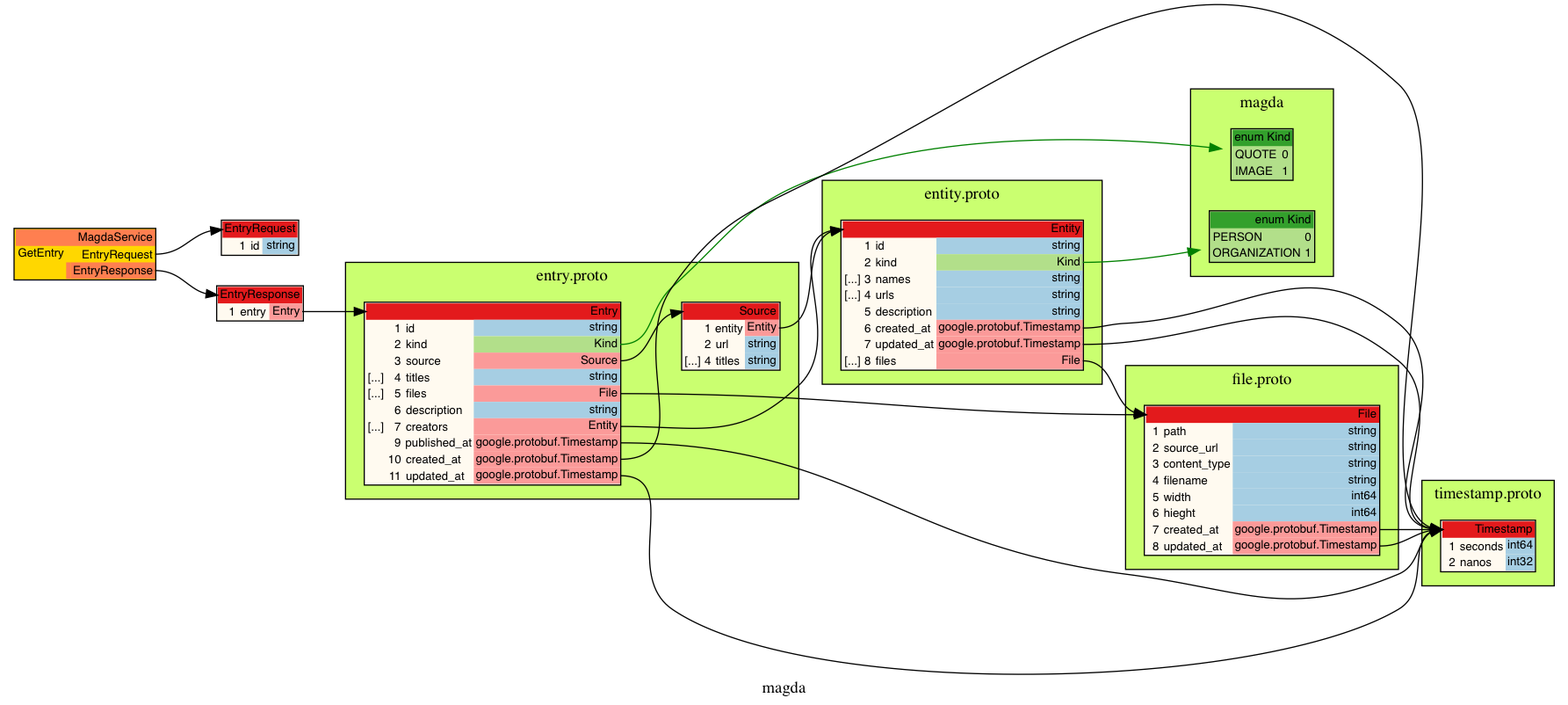
The Graphviz diagram output/magda.dot.png in voidfiles/magda, before a commit. Its source is kept beside it as output/magda.dot.
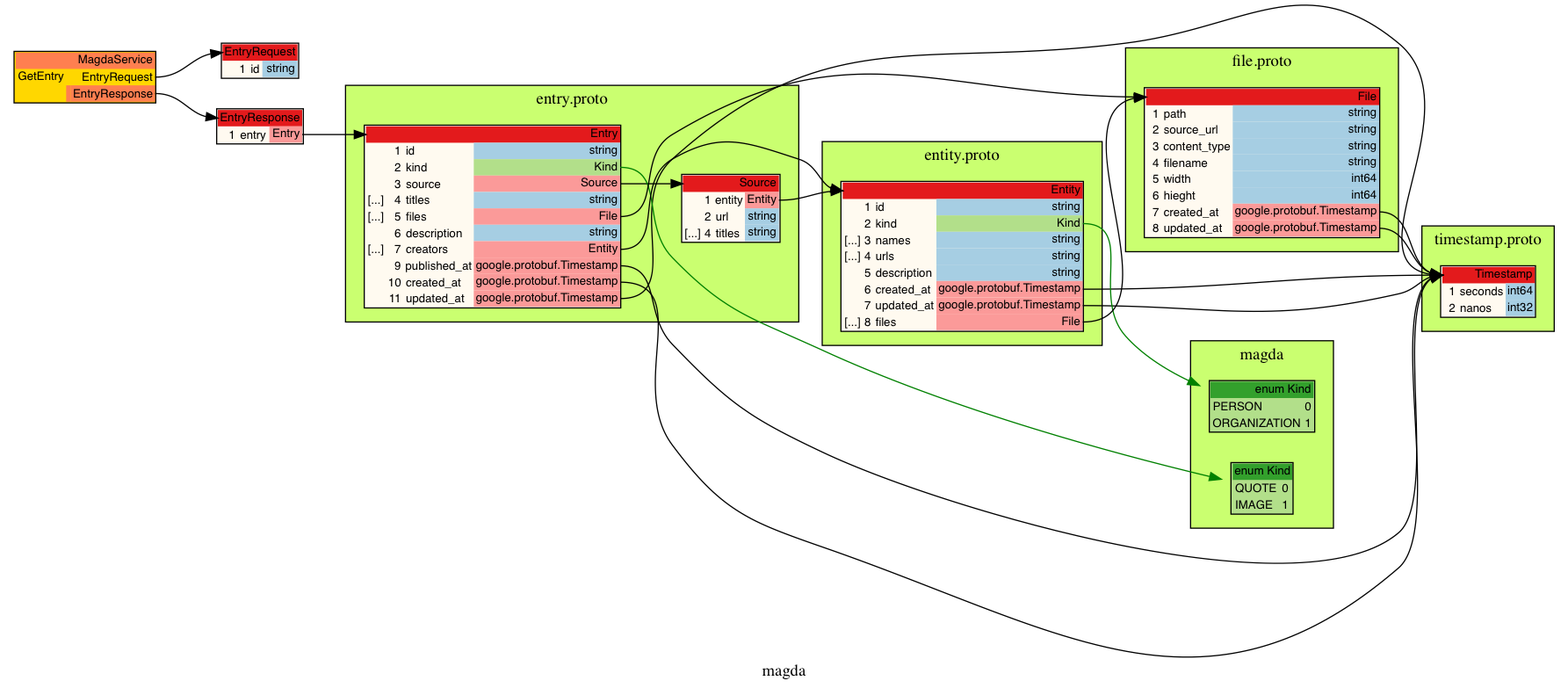
The same diagram one commit later.

What changed in the source:
```diff
@@ -21,22 +21,16 @@
 
 
 	/* ------ nodes ------ */
-	subgraph cluster_9d1e3c2635ff {
-		label = "magda"
-		tooltip = "magda"
+	subgraph cluster_b5eb5ae3708a {
+		label = "entry.proto"
+		tooltip = "entry.proto"
 		style = filled;
 		fillcolor = "#caff70";
 
-		Node_Ja_106	[shape=plaintext tooltip="Kind" label=<<TABLE BORDER="1" CELLBORDER="0" CELLSPACING="0" BGCOLOR="#b2df8a"><TR><TD COLSPAN="2" PORT="header" BGCOLOR="#33a02c" ALIGN="right">enum <b>Kind</b></TD></TR><TR><TD BGCOLOR="#b2df8a" ALIGN="left">QUOTE</TD><TD BGCOLOR="#b2df8a" ALIGN="left">0</TD></TR><TR><TD BGCOLOR="#b2df8a" ALIGN="left">IMAGE</TD><TD BGCOLOR="#b2df8a" ALIGN="left">1</TD></TR></TABLE>>];
-		Node_Ja_103	[shape=plaintext tooltip="Kind" label=<<TABLE BORDER="1" CELLBORDER="0" CELLSPACING="0" BGCOLOR="#b2df8a"><TR><TD COLSPAN="2" PORT="header" BGCOLOR="#33a02c" ALIGN="right">enum <b>Kind</b></TD></TR><TR><TD BGCOLOR="#b2df8a" ALIGN="left">PERSON</TD><TD BGCOLOR="#b2df8a" ALIGN="left">0</TD></TR><TR><TD BGCOLOR="#b2df8a" ALIGN="left">ORGANIZATION</TD><TD BGCOLOR="#b2df8a" ALIGN="left">1</TD></TR></TABLE>>];
+		Node_Ja_104	[shape=plaintext tooltip="magda.Source" label=<<TABLE BORDER="1" CELLBORDER="0" CELLSPACING="0" BGCOLOR="#fffaf0"><TR><TD COLSPAN="4" PORT="header" BGCOLOR="#e31a1c" ALIGN="right"><b>Source</b></TD></TR><TR><TD ALIGN="right"></TD><TD ALIGN="right">1</TD><TD ALIGN="left">entity</TD><TD BGCOLOR="#fb9a99" PORT="poentity" ALIGN="right"><b>Entity</b></TD></TR><TR><TD ALIGN="right"></TD><TD ALIGN="right">2</TD><TD ALIGN="left">url</TD><TD BGCOLOR="#a6cee3" PORT="pourl" ALIGN="right" TITLE="string"><i>string</i></TD></TR><TR><TD ALIGN="right">[...]</TD><TD ALIGN="right">4</TD><TD ALIGN="left">titles</TD><TD BGCOLOR="#a6cee3" PORT="potitles" ALIGN="right" TITLE="string"><i>string</i></TD></TR></TABLE>>];
+		Node_Ja_105	[shape=plaintext tooltip="magda.Entry" label=<<TABLE BORDER="1" CELLBORDER="0" CELLSPACING="0" BGCOLOR="#fffaf0"><TR><TD COLSPAN="4" PORT="header" BGCOLOR="#e31a1c" ALIGN="right"><b>Entry</b></TD></TR><TR><TD ALIGN="right"></TD><TD ALIGN="right">1</TD><TD ALIGN="left">id</TD><TD BGCOLOR="#a6cee3" PORT="poid" ALIGN="right" TITLE="string"><i>string</i></TD></TR><TR><TD ALIGN="right"></TD><TD ALIGN="right">2</TD><TD ALIGN="left">kind</TD><TD BGCOLOR="#b2df8a" PORT="pokind" ALIGN="right"><u>Kind</u></TD></TR><TR><TD ALIGN="right"></TD><TD ALIGN="right">3</TD><TD ALIGN="left">source</TD><TD BGCOLOR="#fb9a99" PORT="posource" ALIGN="right"><b>Source</b></TD></TR><TR><TD ALIGN="right">[...]</TD><TD ALIGN="right">4</TD><TD ALIGN="left">titles</TD><TD BGCOLOR="#a6cee3" PORT="potitles" ALIGN="right" TITLE="string"><i>string</i></TD></TR><TR><TD ALIGN="right">[...]</TD><TD ALIGN="right">5</TD><TD ALIGN="left">files</TD><TD BGCOLOR="#fb9a99" PORT="pofiles" ALIGN="right"><b>File</b></TD></TR><TR><TD ALIGN="right"></TD><TD ALIGN="right">6</TD><TD ALIGN="left">description</TD><TD BGCOLOR="#a6cee3" PORT="podescription" ALIGN="right" TITLE="string"><i>string</i></TD></TR><TR><TD ALIGN="right">[...]</TD><TD ALIGN="right">7</TD><TD ALIGN="left">creators</TD><TD BGCOLOR="#fb9a99" PORT="pocreators" ALIGN="right"><b>Entity</b></TD></TR><TR><TD ALIGN="right"></TD><TD ALIGN="right">9</TD><TD ALIGN="left">published_at</TD><TD BGCOLOR="#fb9a99" PORT="popublished_at" ALIGN="right"><b>google.protobuf.Timestamp</b></TD></TR><TR><TD ALIGN="right"></TD><TD ALIGN="right">10</TD><TD ALIGN="left">created_at</TD><TD BGCOLOR="#fb9a99" PORT="pocreated_at" ALIGN="right"><b>google.protobuf.Timestamp</b></TD></TR><TR><TD ALIGN="right"></TD><TD ALIGN="right">11</TD><TD ALIGN="left">updated_at</TD><TD BGCOLOR="#fb9a99" PORT="poupdated_at" ALIGN="right"><b>google.protobuf.Timestamp</b></TD></TR></TABLE>>];
 	}
 
-
-	/* ------ leaving the root package unwrapped ------ */
-	Node_Ja_109	[shape=plaintext tooltip="magda.EntryRequest" label=<<TABLE BORDER="1" CELLBORDER="0" CELLSPACING="0" BGCOLOR="#fffaf0"><TR><TD COLSPAN="4" PORT="header" BGCOLOR="#e31a1c" ALIGN="right"><b>EntryRequest</b></TD></TR><TR><TD ALIGN="right"></TD><TD ALIGN="right">1</TD><TD ALIGN="left">id</TD><TD BGCOLOR="#a6cee3" PORT="poid" ALIGN="right" TITLE="string"><i>string</i></TD></TR></TABLE>>];
-	Node_Ja_110	[shape=plaintext tooltip="magda.EntryResponse" label=<<TABLE BORDER="1" CELLBORDER="0" CELLSPACING="0" BGCOLOR="#fffaf0"><TR><TD COLSPAN="4" PORT="header" BGCOLOR="#e31a1c" ALIGN="right"><b>EntryResponse</b></TD></TR><TR><TD ALIGN="right"></TD><TD ALIGN="right">1</TD><TD ALIGN="left">entry</TD><TD BGCOLOR="#fb9a99" PORT="poentry" ALIGN="right"><b>Entry</b></TD></TR></TABLE>>];
-
-	Node_Ja_107	[shape=plaintext tooltip="MagdaService" label=<<TABLE BORDER="1" CELLBORDER="0" CELLSPACING="0" BGCOLOR="#ffd700"><TR><TD COLSPAN="3" PORT="header" BGCOLOR="#ff7f50" ALIGN="right"><b>MagdaService</b></TD></TR><TR><TD ALIGN="left"><b>GetEntry</b></TD><TD></TD><TD PORT="poGetEntry_request" ALIGN="right">EntryRequest</TD></TR><TR style="border-bottom: 1px solid red"><TD></TD><TD BGCOLOR="#ff7f50"></TD><TD PORT="poGetEntry_response" ALIGN="right" BGCOLOR="#ff7f50">EntryResponse</TD></TR></TABLE>>];
 	subgraph cluster_5627932c6abb {
 		label = "timestamp.proto"
 		tooltip = "timestamp.proto"
@@ -44,6 +38,31 @@
 		fillcolor = "#caff70";
 
 		Node_Ja_100	[shape=plaintext tooltip="google.protobuf.Timestamp" label=<<TABLE BORDER="1" CELLBORDER="0" CELLSPACING="0" BGCOLOR="#fffaf0"><TR><TD COLSPAN="4" PORT="header" BGCOLOR="#e31a1c" ALIGN="right"><b>Timestamp</b></TD></TR><TR><TD ALIGN="right"></TD><TD ALIGN="right">1</TD><TD ALIGN="left">seconds</TD><TD BGCOLOR="#a6cee3" PORT="poseconds" ALIGN="right" TITLE="int64"><i>int64</i></TD></TR><TR><TD ALIGN="right"></TD><TD ALIGN="right">2</TD><TD ALIGN="left">nanos</TD><TD BGCOLOR="#a6cee3" PORT="ponanos" ALIGN="right" TITLE="int32"><i>int32</i></TD></TR></TABLE>>];
+	}
+
+	subgraph cluster_9d1e3c2635ff {
+		label = "magda"
+		tooltip = "magda"
+		style = filled;
+		fillcolor = "#caff70";
+
+		Node_Ja_103	[shape=plaintext tooltip="Kind" label=<<TABLE BORDER="1" CELLBORDER="0" CELLSPACING="0" BGCOLOR="#b2df8a"><TR><TD COLSPAN="2" PORT="header" BGCOLOR="#33a02c" ALIGN="right">enum <b>Kind</b></TD></TR><TR><TD BGCOLOR="#b2df8a" ALIGN="left">PERSON</TD><TD BGCOLOR="#b2df8a" ALIGN="left">0</TD></TR><TR><TD BGCOLOR="#b2df8a" ALIGN="left">ORGANIZATION</TD><TD BGCOLOR="#b2df8a" ALIGN="left">1</TD></TR></TABLE>>];
+		Node_Ja_106	[shape=plaintext tooltip="Kind" label=<<TABLE BORDER="1" CELLBORDER="0" CELLSPACING="0" BGCOLOR="#b2df8a"><TR><TD COLSPAN="2" PORT="header" BGCOLOR="#33a02c" ALIGN="right">enum <b>Kind</b></TD></TR><TR><TD BGCOLOR="#b2df8a" ALIGN="left">QUOTE</TD><TD BGCOLOR="#b2df8a" ALIGN="left">0</TD></TR><TR><TD BGCOLOR="#b2df8a" ALIGN="left">IMAGE</TD><TD BGCOLOR="#b2df8a" ALIGN="left">1</TD></TR></TABLE>>];
+	}
+
+
+	/* ------ leaving the root package unwrapped ------ */
+	Node_Ja_110	[shape=plaintext tooltip="magda.EntryResponse" label=<<TABLE BORDER="1" CELLBORDER="0" CELLSPACING="0" BGCOLOR="#fffaf0"><TR><TD COLSPAN="4" PORT="header" BGCOLOR="#e31a1c" ALIGN="right"><b>EntryResponse</b></TD></TR><TR><TD ALIGN="right"></TD><TD ALIGN="right">1</TD><TD ALIGN="left">entry</TD><TD BGCOLOR="#fb9a99" PORT="poentry" ALIGN="right"><b>Entry</b></TD></TR></TABLE>>];
+
+	Node_Ja_109	[shape=plaintext tooltip="magda.EntryRequest" label=<<TABLE BORDER="1" CELLBORDER="0" CELLSPACING="0" BGCOLOR="#fffaf0"><TR><TD COLSPAN="4" PORT="header" BGCOLOR="#e31a1c" ALIGN="right"><b>EntryRequest</b></TD></TR><TR><TD ALIGN="right"></TD><TD ALIGN="right">1</TD><TD ALIGN="left">id</TD><TD BGCOLOR="#a6cee3" PORT="poid" ALIGN="right" TITLE="string"><i>string</i></TD></TR></TABLE>>];
+	Node_Ja_107	[shape=plaintext tooltip="MagdaService" label=<<TABLE BORDER="1" CELLBORDER="0" CELLSPACING="0" BGCOLOR="#ffd700"><TR><TD COLSPAN="3" PORT="header" BGCOLOR="#ff7f50" ALIGN="right"><b>MagdaService</b></TD></TR><TR><TD ALIGN="left"><b>GetEntry</b></TD><TD></TD><TD PORT="poGetEntry_request" ALIGN="right">EntryRequest</TD></TR><TR style="border-bottom: 1px solid red"><TD></TD><TD BGCOLOR="#ff7f50"></TD><TD PORT="poGetEntry_response" ALIGN="right" BGCOLOR="#ff7f50">EntryResponse</TD></TR></TABLE>>];
+	subgraph cluster_8b180d234311 {
+		label = "file.proto"
+		tooltip = "file.proto"
+		style = filled;
+		fillcolor = "#caff70";
+
+		Node_Ja_101	[shape=plaintext tooltip="magda.File" label=<<TABLE BORDER="1" CELLBORDER="0" CELLSPACING="0" BGCOLOR="#fffaf0"><TR><TD COLSPAN="4" PORT="header" BGCOLOR="#e31a1c" ALIGN="right"><b>File</b></TD></TR><TR><TD ALIGN="right"></TD><TD ALIGN="right">1</TD><TD ALIGN="left">path</TD><TD BGCOLOR="#a6cee3" PORT="popath" ALIGN="right" TITLE="string"><i>string</i></TD></TR><TR><TD ALIGN="right"></TD><TD ALIGN="right">2</TD><TD ALIGN="left">source_url</TD><TD BGCOLOR="#a6cee3" PORT="posource_url" ALIGN="right" TITLE="string"><i>string</i></TD></TR><TR><TD ALIGN="right"></TD><TD ALIGN="right">3</TD><TD ALIGN="left">content_type</TD><TD BGCOLOR="#a6cee3" PORT="pocontent_type" ALIGN="right" TITLE="string"><i>string</i></TD></TR><TR><TD ALIGN="right"></TD><TD ALIGN="right">4</TD><TD ALIGN="left">filename</TD><TD BGCOLOR="#a6cee3" PORT="pofilename" ALIGN="right" TITLE="string"><i>string</i></TD></TR><TR><TD ALIGN="right"></TD><TD ALIGN="right">5</TD><TD ALIGN="left">width</TD><TD BGCOLOR="#a6cee3" PORT="powidth" ALIGN="right" TITLE="int64"><i>int64</i></TD></TR><TR><TD ALIGN="right"></TD><TD ALIGN="right">6</TD><TD ALIGN="left">hieght</TD><TD BGCOLOR="#a6cee3" PORT="pohieght" ALIGN="right" TITLE="int64"><i>int64</i></TD></TR><TR><TD ALIGN="right"></TD><TD ALIGN="right">7</TD><TD ALIGN="left">created_at</TD><TD BGCOLOR="#fb9a99" PORT="pocreated_at" ALIGN="right"><b>google.protobuf.Timestamp</b></TD></TR><TR><TD ALIGN="right"></TD><TD ALIGN="right">8</TD><TD ALIGN="left">updated_at</TD><TD BGCOLOR="#fb9a99" PORT="poupdated_at" ALIGN="right"><b>google.protobuf.Timestamp</b></TD></TR></TABLE>>];
 	}
 
 	subgraph cluster_f56b993e78fb {
@@ -55,44 +74,25 @@
 		Node_Ja_102	[shape=plaintext tooltip="magda.Entity" label=<<TABLE BORDER="1" CELLBORDER="0" CELLSPACING="0" BGCOLOR="#fffaf0"><TR><TD COLSPAN="4" PORT="header" BGCOLOR="#e31a1c" ALIGN="right"><b>Entity</b></TD></TR><TR><TD ALIGN="right"></TD><TD ALIGN="right">1</TD><TD ALIGN="left">id</TD><TD BGCOLOR="#a6cee3" PORT="poid" ALIGN="right" TITLE="string"><i>string</i></TD></TR><TR><TD ALIGN="right"></TD><TD ALIGN="right">2</TD><TD ALIGN="left">kind</TD><TD BGCOLOR="#b2df8a" PORT="pokind" ALIGN="right"><u>Kind</u></TD></TR><TR><TD ALIGN="right">[...]</TD><TD ALIGN="right">3</TD><TD ALIGN="left">names</TD><TD BGCOLOR="#a6cee3" PORT="ponames" ALIGN="right" TITLE="string"><i>string</i></TD></TR><TR><TD ALIGN="right">[...]</TD><TD ALIGN="right">4</TD><TD ALIGN="left">urls</TD><TD BGCOLOR="#a6cee3" PORT="pourls" ALIGN="right" TITLE="string"><i>string</i></TD></TR><TR><TD ALIGN="right"></TD><TD ALIGN="right">5</TD><TD ALIGN="left">description</TD><TD BGCOLOR="#a6cee3" PORT="podescription" ALIGN="right" TITLE="string"><i>string</i></TD></TR><TR><TD ALIGN="right"></TD><TD ALIGN="right">6</TD><TD ALIGN="left">created_at</TD><TD BGCOLOR="#fb9a99" PORT="pocreated_at" ALIGN="right"><b>google.protobuf.Timestamp</b></TD></TR><TR><TD ALIGN="right"></TD><TD ALIGN="right">7</TD><TD ALIGN="left">updated_at</TD><TD BGCOLOR="#fb9a99" PORT="poupdated_at" ALIGN="right"><b>google.protobuf.Timestamp</b></TD></TR><TR><TD ALIGN="right">[...]</TD><TD ALIGN="right">8</TD><TD ALIGN="left">files</TD><TD BGCOLOR="#fb9a99" PORT="pofiles" ALIGN="right"><b>File</b></TD></TR></TABLE>>];
 	}
 
-	subgraph cluster_8b180d234311 {
-		label = "file.proto"
-		tooltip = "file.proto"
-		style = filled;
-		fillcolor = "#caff70";
-
-		Node_Ja_101	[shape=plaintext tooltip="magda.File" label=<<TABLE BORDER="1" CELLBORDER="0" CELLSPACING="0" BGCOLOR="#fffaf0"><TR><TD COLSPAN="4" PORT="header" BGCOLOR="#e31a1c" ALIGN="right"><b>File</b></TD></TR><TR><TD ALIGN="right"></TD><TD ALIGN="right">1</TD><TD ALIGN="left">path</TD><TD BGCOLOR="#a6cee3" PORT="popath" ALIGN="right" TITLE="string"><i>string</i></TD></TR><TR><TD ALIGN="right"></TD><TD ALIGN="right">2</TD><TD ALIGN="left">source_url</TD><TD BGCOLOR="#a6cee3" PORT="posource_url" ALIGN="right" TITLE="string"><i>string</i></TD></TR><TR><TD ALIGN="right"></TD><TD ALIGN="right">3</TD><TD ALIGN="left">content_type</TD><TD BGCOLOR="#a6cee3" PORT="pocontent_type" ALIGN="right" TITLE="string"><i>string</i></TD></TR><TR><TD ALIGN="right"></TD><TD ALIGN="right">4</TD><TD ALIGN="left">filename</TD><TD BGCOLOR="#a6cee3" PORT="pofilename" ALIGN="right" TITLE="string"><i>string</i></TD></TR><TR><TD ALIGN="right"></TD><TD ALIGN="right">5</TD><TD ALIGN="left">width</TD><TD BGCOLOR="#a6cee3" PORT="powidth" ALIGN="right" TITLE="int64"><i>int64</i></TD></TR><TR><TD ALIGN="right"></TD><TD ALIGN="right">6</TD><TD ALIGN="left">hieght</TD><TD BGCOLOR="#a6cee3" PORT="pohieght" ALIGN="right" TITLE="int64"><i>int64</i></TD></TR><TR><TD ALIGN="right"></TD><TD ALIGN="right">7</TD><TD ALIGN="left">created_at</TD><TD BGCOLOR="#fb9a99" PORT="pocreated_at" ALIGN="right"><b>google.protobuf.Timestamp</b></TD></TR><TR><TD ALIGN="right"></TD><TD ALIGN="right">8</TD><TD ALIGN="left">updated_at</TD><TD BGCOLOR="#fb9a99" PORT="poupdated_at" ALIGN="right"><b>google.protobuf.Timestamp</b></TD></TR></TABLE>>];
-	}
-
-	subgraph cluster_b5eb5ae3708a {
-		label = "entry.proto"
-		tooltip = "entry.proto"
-		style = filled;
-		fillcolor = "#caff70";
-
-		Node_Ja_105	[shape=plaintext tooltip="magda.Entry" label=<<TABLE BORDER="1" CELLBORDER="0" CELLSPACING="0" BGCOLOR="#fffaf0"><TR><TD COLSPAN="4" PORT="header" BGCOLOR="#e31a1c" ALIGN="right"><b>Entry</b></TD></TR><TR><TD ALIGN="right"></TD><TD ALIGN="right">1</TD><TD ALIGN="left">id</TD><TD BGCOLOR="#a6cee3" PORT="poid" ALIGN="right" TITLE="string"><i>string</i></TD></TR><TR><TD ALIGN="right"></TD><TD ALIGN="right">2</TD><TD ALIGN="left">kind</TD><TD BGCOLOR="#b2df8a" PORT="pokind" ALIGN="right"><u>Kind</u></TD></TR><TR><TD ALIGN="right"></TD><TD ALIGN="right">3</TD><TD ALIGN="left">source</TD><TD BGCOLOR="#fb9a99" PORT="posource" ALIGN="right"><b>Source</b></TD></TR><TR><TD ALIGN="right">[...]</TD><TD ALIGN="right">4</TD><TD ALIGN="left">titles</TD><TD BGCOLOR="#a6cee3" PORT="potitles" ALIGN="right" TITLE="string"><i>string</i></TD></TR><TR><TD ALIGN="right">[...]</TD><TD ALIGN="right">5</TD><TD ALIGN="left">files</TD><TD BGCOLOR="#fb9a99" PORT="pofiles" ALIGN="right"><b>File</b></TD></TR><TR><TD ALIGN="right"></TD><TD ALIGN="right">6</TD><TD ALIGN="left">description</TD><TD BGCOLOR="#a6cee3" PORT="podescription" ALIGN="right" TITLE="string"><i>string</i></TD></TR><TR><TD ALIGN="right">[...]</TD><TD ALIGN="right">7</TD><TD ALIGN="left">creators</TD><TD BGCOLOR="#fb9a99" PORT="pocreators" ALIGN="right"><b>Entity</b></TD></TR><TR><TD ALIGN="right"></TD><TD ALIGN="right">9</TD><TD ALIGN="left">published_at</TD><TD BGCOLOR="#fb9a99" PORT="popublished_at" ALIGN="right"><b>google.protobuf.Timestamp</b></TD></TR><TR><TD ALIGN="right"></TD><TD ALIGN="right">10</TD><TD ALIGN="left">created_at</TD><TD BGCOLOR="#fb9a99" PORT="pocreated_at" ALIGN="right"><b>google.protobuf.Timestamp</b></TD></TR><TR><TD ALIGN="right"></TD><TD ALIGN="right">11</TD><TD ALIGN="left">updated_at</TD><TD BGCOLOR="#fb9a99" PORT="poupdated_at" ALIGN="right"><b>google.protobuf.Timestamp</b></TD></TR></TABLE>>];
-		Node_Ja_104	[shape=plaintext tooltip="magda.Source" label=<<TABLE BORDER="1" CELLBORDER="0" CELLSPACING="0" BGCOLOR="#fffaf0"><TR><TD COLSPAN="4" PORT="header" BGCOLOR="#e31a1c" ALIGN="right"><b>Source</b></TD></TR><TR><TD ALIGN="right"></TD><TD ALIGN="right">1</TD><TD ALIGN="left">entity</TD><TD BGCOLOR="#fb9a99" PORT="poentity" ALIGN="right"><b>Entity</b></TD></TR><TR><TD ALIGN="right"></TD><TD ALIGN="right">2</TD><TD ALIGN="left">url</TD><TD BGCOLOR="#a6cee3" PORT="pourl" ALIGN="right" TITLE="string"><i>string</i></TD></TR><TR><TD ALIGN="right">[...]</TD><TD ALIGN="right">4</TD><TD ALIGN="left">titles</TD><TD BGCOLOR="#a6cee3" PORT="potitles" ALIGN="right" TITLE="string"><i>string</i></TD></TR></TABLE>>];
-	}
-
 
 	/* ------ connections ------ */
+	Node_Ja_105:posource:e	-> Node_Ja_104:header [color="#000000" tooltip="Ja_105 --> Ja_104"];
+	Node_Ja_105:popublished_at:e	-> Node_Ja_100:header [color="#000000" tooltip="Ja_105 --> Ja_100"];
+	Node_Ja_102:pokind:e	-> Node_Ja_103 [color="#008000" tooltip="Ja_102 --> Ja_103"];
+	Node_Ja_102:pofiles:e	-> Node_Ja_101:header [color="#000000" tooltip="Ja_102 --> Ja_101"];
+	Node_Ja_105:pocreators:e	-> Node_Ja_102:header [color="#000000" tooltip="Ja_105 --> Ja_102"];
 	Node_Ja_107:poGetEntry_response:e	-> Node_Ja_110:header [color="#000000" tooltip="Ja_107 --> Ja_110"];
+	Node_Ja_105:pocreated_at:e	-> Node_Ja_100:header [color="#000000" tooltip="Ja_105 --> Ja_100"];
+	Node_Ja_105:poupdated_at:e	-> Node_Ja_100:header [color="#000000" tooltip="Ja_105 --> Ja_100"];
+	Node_Ja_107:poGetEntry_request:e	-> Node_Ja_109:header [color="#000000" tooltip="Ja_107 --> Ja_109"];
 	Node_Ja_110:poentry:e	-> Node_Ja_105:header [color="#000000" tooltip="Ja_110 --> Ja_105"];
+	Node_Ja_101:poupdated_at:e	-> Node_Ja_100:header [color="#000000" tooltip="Ja_101 --> Ja_100"];
+	Node_Ja_102:pocreated_at:e	-> Node_Ja_100:header [color="#000000" tooltip="Ja_102 --> Ja_100"];
+	Node_Ja_104:poentity:e	-> Node_Ja_102:header [color="#000000" tooltip="Ja_104 --> Ja_102"];
+	Node_Ja_105:pokind:e	-> Node_Ja_106 [color="#008000" tooltip="Ja_105 --> Ja_106"];
+	Node_Ja_105:pofiles:e	-> Node_Ja_101:header [color="#000000" tooltip="Ja_105 --> Ja_101"];
+	Node_Ja_101:pocreated_at:e	-> Node_Ja_100:header [color="#000000" tooltip="Ja_101 --> Ja_100"];
 	Node_Ja_102:poupdated_at:e	-> Node_Ja_100:header [color="#000000" tooltip="Ja_102 --> Ja_100"];
-	Node_Ja_104:poentity:e	-> Node_Ja_102:header [color="#000000" tooltip="Ja_104 --> Ja_102"];
-	Node_Ja_105:poupdated_at:e	-> Node_Ja_100:header [color="#000000" tooltip="Ja_105 --> Ja_100"];
-	Node_Ja_105:pokind:e	-> Node_Ja_106 [color="#008000" tooltip="Ja_105 --> Ja_106"];
-	Node_Ja_105:posource:e	-> Node_Ja_104:header [color="#000000" tooltip="Ja_105 --> Ja_104"];
-	Node_Ja_105:pofiles:e	-> Node_Ja_101:header [color="#000000" tooltip="Ja_105 --> Ja_101"];
-	Node_Ja_105:pocreators:e	-> Node_Ja_102:header [color="#000000" tooltip="Ja_105 --> Ja_102"];
-	Node_Ja_105:popublished_at:e	-> Node_Ja_100:header [color="#000000" tooltip="Ja_105 --> Ja_100"];
-	Node_Ja_105:pocreated_at:e	-> Node_Ja_100:header [color="#000000" tooltip="Ja_105 --> Ja_100"];
-	Node_Ja_107:poGetEntry_request:e	-> Node_Ja_109:header [color="#000000" tooltip="Ja_107 --> Ja_109"];
-	Node_Ja_101:pocreated_at:e	-> Node_Ja_100:header [color="#000000" tooltip="Ja_101 --> Ja_100"];
-	Node_Ja_102:pocreated_at:e	-> Node_Ja_100:header [color="#000000" tooltip="Ja_102 --> Ja_100"];
-	Node_Ja_102:pofiles:e	-> Node_Ja_101:header [color="#000000" tooltip="Ja_102 --> Ja_101"];
-	Node_Ja_101:poupdated_at:e	-> Node_Ja_100:header [color="#000000" tooltip="Ja_101 --> Ja_100"];
-	Node_Ja_102:pokind:e	-> Node_Ja_103 [color="#008000" tooltip="Ja_102 --> Ja_103"];
 
-	/* generated by github.com/seamia/protodot on Monday, 17-Feb-20 14:06:47 MST */
+	/* generated by github.com/seamia/protodot on Monday, 17-Feb-20 14:42:34 MST */
 }
```
